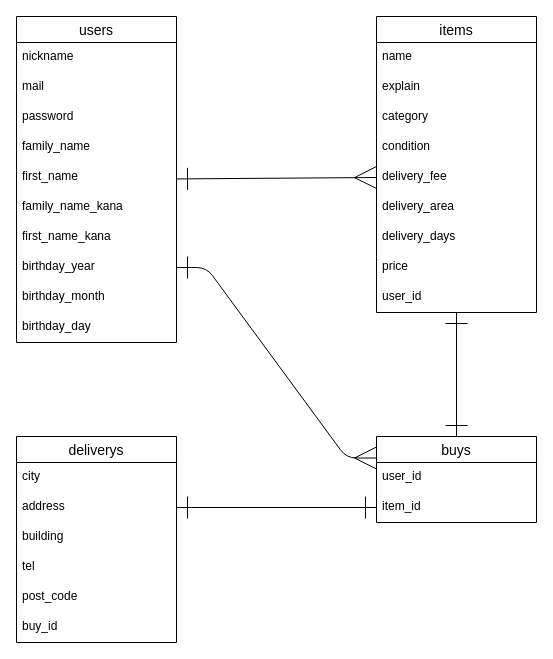
Above: furimaER.dio in Ryosuke1020sce/furima-41797 (draw.io), before the change. Source tidied: cells renumbered, new cells numbered last; positions are measured from the earlier drawing's top-left corner, leaving out a move shared by most shapes. Both pictures are drawn from the tidied source at 100%, with x=0, y=0 at pixel (16, 16).
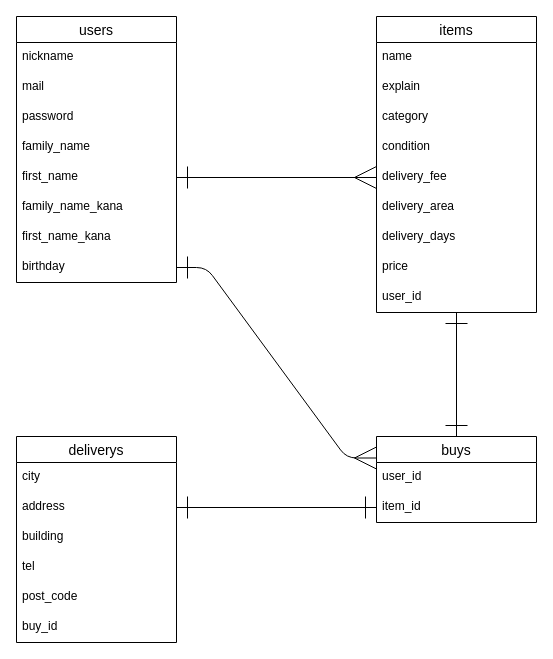
The same diagram, later.

Commit message:
ER図の修正忘れ部分を修正

The change refers to these unchanged cells:
```xml
<mxCell id="8" value="first_name" style="text;strokeColor=none;fillColor=none;spacingLeft=4;spacingRight=4;overflow=hidden;points=[[0,0.5],[1,0.5]];portConstraint=eastwest;fontSize=12;" parent="3" vertex="1">
  <mxGeometry y="146" width="160" height="30" as="geometry" />
</mxCell>
<mxCell id="20" value="delivery_fee" style="text;strokeColor=none;fillColor=none;spacingLeft=4;spacingRight=4;overflow=hidden;points=[[0,0.5],[1,0.5]];portConstraint=eastwest;fontSize=12;" parent="15" vertex="1">
  <mxGeometry y="146" width="160" height="30" as="geometry" />
</mxCell>
```

What changed in the source:
```diff
@@
-    <mxCell id="2" style="edgeStyle=none;html=1;entryX=0;entryY=0.5;entryDx=0;entryDy=0;endArrow=ERmany;endFill=0;startArrow=ERone;startFill=0;strokeWidth=1;endSize=20;startSize=20;" parent="1" edge="1" source="3" target="20">
+    <mxCell id="2" style="edgeStyle=none;html=1;entryX=0;entryY=0.5;entryDx=0;entryDy=0;endArrow=ERmany;endFill=0;startArrow=ERone;startFill=0;strokeWidth=1;endSize=20;startSize=20;exitX=1;exitY=0.5;exitDx=0;exitDy=0;" parent="1" edge="1" source="8" target="20">
       <mxGeometry relative="1" as="geometry" />
     </mxCell>
     <mxCell id="3" value="users" style="swimlane;fontStyle=0;horizontal=1;startSize=26;align=center;fontSize=14;" parent="1" vertex="1">
-      <mxGeometry width="160" height="326" as="geometry" />
+      <mxGeometry width="160" height="266" as="geometry" />
     </mxCell>
@@
-    <mxCell id="11" value="birthday_year" style="text;strokeColor=none;fillColor=none;spacingLeft=4;spacingRight=4;overflow=hidden;points=[[0,0.5],[1,0.5]];portConstraint=eastwest;fontSize=12;" parent="3" vertex="1">
+    <mxCell id="11" value="birthday" style="text;strokeColor=none;fillColor=none;spacingLeft=4;spacingRight=4;overflow=hidden;points=[[0,0.5],[1,0.5]];portConstraint=eastwest;fontSize=12;" parent="3" vertex="1">
       <mxGeometry y="236" width="160" height="30" as="geometry" />
     </mxCell>
-    <mxCell id="12" value="birthday_month" style="text;strokeColor=none;fillColor=none;spacingLeft=4;spacingRight=4;overflow=hidden;fontSize=12;" parent="3" vertex="1">
-      <mxGeometry y="266" width="160" height="30" as="geometry" />
-    </mxCell>
-    <mxCell id="13" value="birthday_day" style="text;strokeColor=none;fillColor=none;spacingLeft=4;spacingRight=4;overflow=hidden;fontSize=12;" parent="3" vertex="1">
-      <mxGeometry y="296" width="160" height="30" as="geometry" />
-    </mxCell>
```
